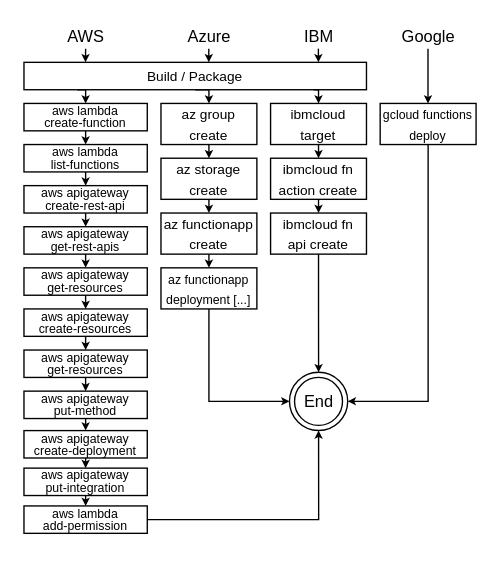
The draw.io diagram report/DEBS20/bilder/flow_charts/deploy_flowcharts_small.drawio in faas-benchmarking/faasdom, before the edit. Source tidied: cells renumbered, new cells numbered last; positions are measured from the earlier drawing's top-left corner, leaving out a move shared by most shapes. Both pictures are drawn from the tidied source at 137%, with x=0, y=0 at pixel (23, 23).
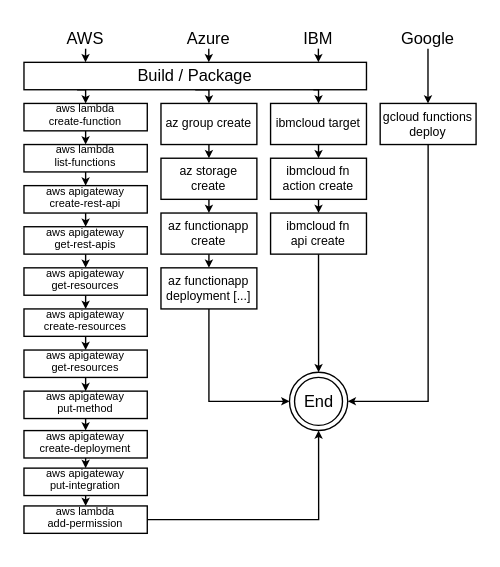
The same diagram, later.

Diff of the diagram source:
```diff
@@
-    <mxCell id="4" value="&lt;p style=&quot;line-height: 100% ; font-size: 9px&quot;&gt;aws lambda&lt;br&gt;create-function&lt;/p&gt;" style="rounded=0;whiteSpace=wrap;html=1;" parent="1" vertex="1">
+    <mxCell id="4" value="aws lambda&#10;create-function" style="rounded=0;whiteSpace=wrap;fontSize=8;verticalAlign=bottom;spacing=0;spacingBottom=1;" parent="1" vertex="1">
       <mxGeometry y="58" width="90" height="20" as="geometry" />
     </mxCell>
@@
-    <mxCell id="7" value="&lt;p style=&quot;line-height: 100% ; font-size: 9px&quot;&gt;aws apigateway&lt;br&gt;create-rest-api&lt;/p&gt;" style="rounded=0;whiteSpace=wrap;html=1;" parent="1" vertex="1">
+    <mxCell id="7" value="aws apigateway&#10;create-rest-api" style="rounded=0;whiteSpace=wrap;fontSize=8;verticalAlign=bottom;spacing=0;spacingBottom=1;" parent="1" vertex="1">
       <mxGeometry y="118" width="90" height="20" as="geometry" />
     </mxCell>
@@
-    <mxCell id="9" value="&lt;p style=&quot;line-height: 100% ; font-size: 9px&quot;&gt;aws apigateway&lt;br&gt;get-rest-apis&lt;/p&gt;" style="rounded=0;whiteSpace=wrap;html=1;" parent="1" vertex="1">
+    <mxCell id="9" value="aws apigateway&#10;get-rest-apis" style="rounded=0;whiteSpace=wrap;fontSize=8;verticalAlign=bottom;spacing=0;spacingBottom=1;" parent="1" vertex="1">
       <mxGeometry y="148" width="90" height="20" as="geometry" />
     </mxCell>
@@
-    <mxCell id="11" value="&lt;p style=&quot;line-height: 100% ; font-size: 9px&quot;&gt;aws apigateway&lt;br&gt;get-resources&lt;/p&gt;" style="rounded=0;whiteSpace=wrap;html=1;" parent="1" vertex="1">
+    <mxCell id="11" value="aws apigateway&#10;get-resources" style="rounded=0;whiteSpace=wrap;fontSize=8;verticalAlign=bottom;spacing=0;spacingBottom=1;" parent="1" vertex="1">
       <mxGeometry y="178" width="90" height="20" as="geometry" />
     </mxCell>
@@
-    <mxCell id="14" value="&lt;p style=&quot;line-height: 100% ; font-size: 9px&quot;&gt;aws apigateway&lt;br&gt;get-resources&lt;/p&gt;" style="rounded=0;whiteSpace=wrap;html=1;" parent="1" vertex="1">
+    <mxCell id="14" value="aws apigateway&#10;get-resources" style="rounded=0;whiteSpace=wrap;fontSize=8;verticalAlign=bottom;spacing=0;spacingBottom=1;" parent="1" vertex="1">
       <mxGeometry y="238" width="90" height="20" as="geometry" />
     </mxCell>
@@
-    <mxCell id="16" value="&lt;p style=&quot;line-height: 100% ; font-size: 9px&quot;&gt;aws apigateway&lt;br&gt;put-method&lt;/p&gt;" style="rounded=0;whiteSpace=wrap;html=1;" parent="1" vertex="1">
+    <mxCell id="16" value="aws apigateway&#10;put-method" style="rounded=0;whiteSpace=wrap;fontSize=8;verticalAlign=bottom;spacing=0;spacingBottom=1;" parent="1" vertex="1">
       <mxGeometry y="268" width="90" height="20" as="geometry" />
     </mxCell>
@@
-    <mxCell id="19" value="&lt;p style=&quot;line-height: 100% ; font-size: 9px&quot;&gt;aws apigateway&lt;br&gt;put-integration&lt;/p&gt;" style="rounded=0;whiteSpace=wrap;html=1;" parent="1" vertex="1">
+    <mxCell id="19" value="aws apigateway&#10;put-integration" style="rounded=0;whiteSpace=wrap;fontSize=8;verticalAlign=bottom;spacing=0;spacingBottom=1;" parent="1" vertex="1">
       <mxGeometry y="324.2" width="90" height="20" as="geometry" />
     </mxCell>
@@
-    <mxCell id="21" value="&lt;p style=&quot;line-height: 100% ; font-size: 9px&quot;&gt;aws lambda&lt;br&gt;add-permission&lt;/p&gt;" style="rounded=0;whiteSpace=wrap;html=1;" parent="1" vertex="1">
+    <mxCell id="21" value="aws lambda&#10;add-permission" style="rounded=0;whiteSpace=wrap;fontSize=8;verticalAlign=bottom;spacing=0;spacingBottom=1;" parent="1" vertex="1">
       <mxGeometry y="351.8" width="90" height="20" as="geometry" />
     </mxCell>
@@
-    <mxCell id="23" value="&lt;font style=&quot;font-size: 10px&quot;&gt;Build / Package&lt;/font&gt;" style="rounded=0;whiteSpace=wrap;html=1;" parent="1" vertex="1">
+    <mxCell id="23" value="Build / Package" style="rounded=0;whiteSpace=wrap;fontSize=12;" parent="1" vertex="1">
       <mxGeometry y="28" width="250" height="20" as="geometry" />
     </mxCell>
@@
-    <mxCell id="25" value="&lt;font style=&quot;font-size: 10px&quot;&gt;az group create&lt;/font&gt;" style="rounded=0;whiteSpace=wrap;html=1;" parent="1" vertex="1">
+    <mxCell id="25" value="az group create" style="rounded=0;whiteSpace=wrap;fontSize=9;" parent="1" vertex="1">
       <mxGeometry x="100" y="58" width="70" height="30" as="geometry" />
     </mxCell>
@@
-    <mxCell id="28" value="&lt;font style=&quot;font-size: 10px&quot;&gt;ibmcloud target&lt;/font&gt;" style="rounded=0;whiteSpace=wrap;html=1;" parent="1" vertex="1">
+    <mxCell id="28" value="ibmcloud target" style="rounded=0;whiteSpace=wrap;fontSize=9;" parent="1" vertex="1">
       <mxGeometry x="180" y="58" width="70" height="30" as="geometry" />
     </mxCell>
@@
-    <mxCell id="30" value="&lt;font style=&quot;font-size: 9px&quot;&gt;gcloud functions deploy&lt;/font&gt;" style="rounded=0;whiteSpace=wrap;html=1;" parent="1" vertex="1">
+    <mxCell id="30" value="gcloud functions deploy" style="rounded=0;spacingTop=0;spacingBottom=0;perimeterSpacing=0;whiteSpace=wrap;fontSize=9;" parent="1" vertex="1">
       <mxGeometry x="260" y="58" width="70" height="30" as="geometry" />
     </mxCell>
@@
-    <mxCell id="32" value="&lt;font style=&quot;font-size: 10px&quot;&gt;az storage create&lt;/font&gt;" style="rounded=0;whiteSpace=wrap;html=1;" parent="1" vertex="1">
+    <mxCell id="32" value="az storage create" style="rounded=0;whiteSpace=wrap;fontSize=9;" parent="1" vertex="1">
       <mxGeometry x="100" y="98" width="70" height="30" as="geometry" />
     </mxCell>
@@
-    <mxCell id="34" value="&lt;font style=&quot;font-size: 10px&quot;&gt;az functionapp create&lt;/font&gt;" style="rounded=0;whiteSpace=wrap;html=1;" parent="1" vertex="1">
+    <mxCell id="34" value="az functionapp create" style="rounded=0;whiteSpace=wrap;fontSize=9;" parent="1" vertex="1">
       <mxGeometry x="100" y="138" width="70" height="30" as="geometry" />
     </mxCell>
@@
-    <mxCell id="36" value="&lt;font&gt;&lt;font style=&quot;line-height: 120% ; font-size: 9px&quot;&gt;az functionapp deployment [...]&lt;/font&gt;&lt;br&gt;&lt;/font&gt;" style="rounded=0;whiteSpace=wrap;html=1;" parent="1" vertex="1">
+    <mxCell id="36" value="az functionapp deployment [...]" style="rounded=0;whiteSpace=wrap;fontSize=9;" parent="1" vertex="1">
       <mxGeometry x="100" y="178" width="70" height="30" as="geometry" />
     </mxCell>
@@
-    <mxCell id="38" value="&lt;font style=&quot;font-size: 10px&quot;&gt;ibmcloud fn&lt;br&gt;action create&lt;/font&gt;" style="rounded=0;whiteSpace=wrap;html=1;" parent="1" vertex="1">
+    <mxCell id="38" value="ibmcloud fn&#10;action create" style="rounded=0;whiteSpace=wrap;fontSize=9;" parent="1" vertex="1">
       <mxGeometry x="180" y="98" width="70" height="30" as="geometry" />
     </mxCell>
@@
-    <mxCell id="40" value="&lt;font style=&quot;font-size: 10px&quot;&gt;ibmcloud fn&lt;br&gt;api&amp;nbsp;create&lt;/font&gt;" style="rounded=0;whiteSpace=wrap;html=1;" parent="1" vertex="1">
+    <mxCell id="40" value="ibmcloud fn&#10;api create" style="rounded=0;whiteSpace=wrap;fontSize=9;" parent="1" vertex="1">
       <mxGeometry x="180" y="138" width="70" height="30" as="geometry" />
     </mxCell>
@@
-    <mxCell id="44" value="End" style="ellipse;whiteSpace=wrap;html=1;" parent="1" vertex="1">
+    <mxCell id="44" value="End" style="ellipse;whiteSpace=wrap;" parent="1" vertex="1">
       <mxGeometry x="197.5" y="258" width="35" height="35" as="geometry" />
     </mxCell>
@@
-    <mxCell id="47" value="AWS" style="text;html=1;align=center;verticalAlign=middle;" parent="1" vertex="1">
+    <mxCell id="47" value="AWS" style="text;align=center;verticalAlign=middle;" parent="1" vertex="1">
       <mxGeometry x="25" width="40" height="20" as="geometry" />
     </mxCell>
-    <mxCell id="48" value="Azure" style="text;html=1;align=center;verticalAlign=middle;" parent="1" vertex="1">
+    <mxCell id="48" value="Azure" style="text;align=center;verticalAlign=middle;" parent="1" vertex="1">
       <mxGeometry x="110" width="50" height="20" as="geometry" />
     </mxCell>
-    <mxCell id="49" value="IBM" style="text;html=1;align=center;verticalAlign=middle;" parent="1" vertex="1">
+    <mxCell id="49" value="IBM" style="text;align=center;verticalAlign=middle;" parent="1" vertex="1">
       <mxGeometry x="195" width="40" height="20" as="geometry" />
     </mxCell>
-    <mxCell id="50" value="Google" style="text;html=1;align=center;verticalAlign=middle;" parent="1" vertex="1">
+    <mxCell id="50" value="Google" style="text;align=center;verticalAlign=middle;" parent="1" vertex="1">
       <mxGeometry x="270" width="50" height="20" as="geometry" />
     </mxCell>
-    <mxCell id="51" value="&lt;p style=&quot;line-height: 100% ; font-size: 9px&quot;&gt;aws apigateway&lt;br&gt;create-deployment&lt;/p&gt;" style="rounded=0;whiteSpace=wrap;html=1;" parent="1" vertex="1">
+    <mxCell id="51" value="aws apigateway&#10;create-deployment" style="rounded=0;whiteSpace=wrap;fontSize=8;verticalAlign=bottom;spacing=0;spacingBottom=1;" parent="1" vertex="1">
       <mxGeometry y="296.8" width="90" height="20" as="geometry" />
     </mxCell>
-    <mxCell id="52" value="&lt;p style=&quot;line-height: 100% ; font-size: 9px&quot;&gt;aws apigateway&lt;br&gt;create-resources&lt;/p&gt;" style="rounded=0;whiteSpace=wrap;html=1;" parent="1" vertex="1">
+    <mxCell id="52" value="aws apigateway&#10;create-resources" style="rounded=0;whiteSpace=wrap;fontSize=8;verticalAlign=bottom;spacing=0;spacingBottom=1;" parent="1" vertex="1">
       <mxGeometry y="208" width="90" height="20" as="geometry" />
     </mxCell>
-    <mxCell id="53" value="&lt;p style=&quot;line-height: 100% ; font-size: 9px&quot;&gt;aws lambda&lt;br&gt;list-functions&lt;/p&gt;" style="rounded=0;whiteSpace=wrap;html=1;" parent="1" vertex="1">
+    <mxCell id="53" value="aws lambda&#10;list-functions" style="rounded=0;whiteSpace=wrap;fontSize=8;verticalAlign=bottom;spacing=0;spacingBottom=1;" parent="1" vertex="1">
       <mxGeometry y="88" width="90" height="20" as="geometry" />
     </mxCell>
```
